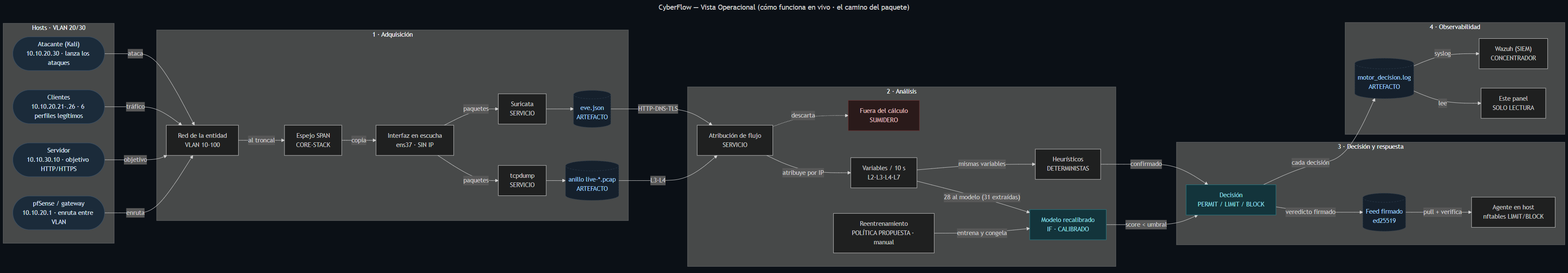
This is 02-metodologia/diagramas-vistas-gui/01-operacional.png from marksato13/VF-PPI-TESIS-ORQUESTACION, a Mermaid export, as it was before one commit. Its source is kept beside it as 02-metodologia/diagramas-vistas-gui/01-operacional.mmd.
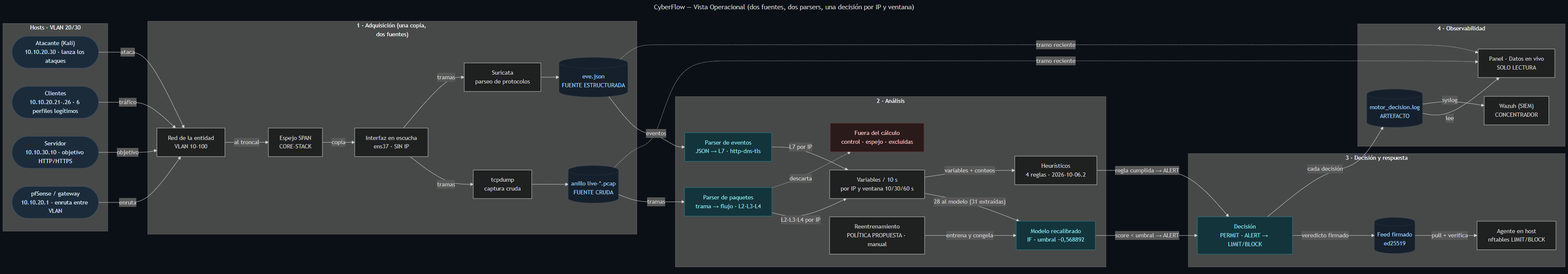
Above is the later version.

Commit message:
Vistas GUI: operacional con dos fuentes y dos parsers, construccion y entrenamiento, matriz de trazabilidad

What changed in the source:
```diff
@@ -1,5 +1,5 @@
 ---
-title: CyberFlow — Vista Operacional (cómo funciona en vivo · el camino del paquete)
+title: CyberFlow — Vista Operacional (dos fuentes, dos parsers, una decisión por IP y ventana)
 ---
 flowchart LR
   subgraph G0["Hosts · VLAN 20/30"]
@@ -9,35 +9,36 @@
     servidor(["Servidor<br/>10.10.30.10 · objetivo HTTP/HTTPS"])
     gateway(["pfSense / gateway<br/>10.10.20.1 · enruta entre VLAN"])
   end
-  subgraph G1["1 · Adquisición"]
+  subgraph G1["1 · Adquisición (una copia, dos fuentes)"]
     direction TB
     red["Red de la entidad<br/>VLAN 10-100"]
     span["Espejo SPAN<br/>CORE-STACK"]
     nic["Interfaz en escucha<br/>ens37 · SIN IP"]
-    captura["tcpdump<br/>SERVICIO"]
-    pcap[("anillo live-*.pcap<br/>ARTEFACTO")]
-    suricata["Suricata<br/>SERVICIO"]
-    eve[("eve.json<br/>ARTEFACTO")]
+    captura["tcpdump<br/>captura cruda"]
+    pcap[("anillo live-*.pcap<br/>FUENTE CRUDA")]
+    suricata["Suricata<br/>parseo de protocolos"]
+    eve[("eve.json<br/>FUENTE ESTRUCTURADA")]
   end
   subgraph G2["2 · Análisis"]
     direction TB
-    motor["Atribución de flujo<br/>SERVICIO"]
-    variables["Variables / 10 s<br/>L2·L3·L4·L7"]
-    descartes["Fuera del cálculo<br/>SUMIDERO"]
+    motor["Parser de paquetes<br/>trama → flujo · L2·L3·L4"]
+    parser_eve["Parser de eventos<br/>JSON → L7 · http·dns·tls"]
+    variables["Variables / 10 s<br/>por IP y ventana 10/30/60 s"]
+    descartes["Fuera del cálculo<br/>control · espejo · excluidas"]
     reentrenamiento["Reentrenamiento<br/>POLÍTICA PROPUESTA · manual"]
-    modelo["Modelo recalibrado<br/>IF · CALIBRADO"]
-    heuristicos["Heurísticos<br/>DETERMINISTAS"]
+    modelo["Modelo recalibrado<br/>IF · umbral −0,568892"]
+    heuristicos["Heurísticos<br/>4 reglas · 2026-10-06.2"]
   end
   subgraph G3["3 · Decisión y respuesta"]
     direction TB
-    control["Decisión<br/>PERMIT / LIMIT / BLOCK"]
+    control["Decisión<br/>PERMIT · ALERT → LIMIT/BLOCK"]
     feed[("Feed firmado<br/>ed25519")]
     agente["Agente en host<br/>nftables LIMIT/BLOCK"]
   end
   subgraph G4["4 · Observabilidad"]
     direction TB
     registro[("motor_decision.log<br/>ARTEFACTO")]
-    panel["Este panel<br/>SOLO LECTURA"]
+    panel["Panel · Datos en vivo<br/>SOLO LECTURA"]
     wazuh["Wazuh (SIEM)<br/>CONCENTRADOR"]
   end
 
@@ -47,23 +48,26 @@
   gateway -->|enruta| red
   red -->|al troncal| span
   span -->|copia| nic
-  nic -->|paquetes| captura
-  nic -->|paquetes| suricata
+  nic -->|tramas| captura
+  nic -->|tramas| suricata
   captura --> pcap
   suricata --> eve
-  pcap -->|"L3·L4"| motor
-  eve -->|"HTTP·DNS·TLS"| motor
-  motor -->|atribuye por IP| variables
+  pcap -->|tramas| motor
+  eve -->|eventos| parser_eve
+  motor -->|"L2·L3·L4 por IP"| variables
+  parser_eve -->|"L7 por IP"| variables
   motor -. descarta .-> descartes
   variables -->|"28 al modelo (31 extraídas)"| modelo
-  variables -->|mismas variables| heuristicos
+  variables -->|"variables + conteos"| heuristicos
   reentrenamiento -->|entrena y congela| modelo
-  modelo -->|"score &lt; umbral"| control
-  heuristicos -->|confirmado| control
+  modelo -->|"score &lt; umbral → ALERT"| control
+  heuristicos -->|"regla cumplida → ALERT"| control
   control -->|veredicto firmado| feed
   feed -->|pull + verifica| agente
   control -->|cada decisión| registro
   registro -->|lee| panel
+  pcap -. "tramo reciente" .-> panel
+  eve -. "tramo reciente" .-> panel
   registro -->|syslog| wazuh
 
   classDef host fill:#1b2b3a,stroke:#3a5169,color:#dce8f5;
@@ -73,4 +77,4 @@
   class atacante,clientes,servidor,gateway host;
   class pcap,eve,registro,feed arte;
   class descartes sink;
-  class modelo,control accent;
+  class motor,parser_eve,modelo,control accent;
```
